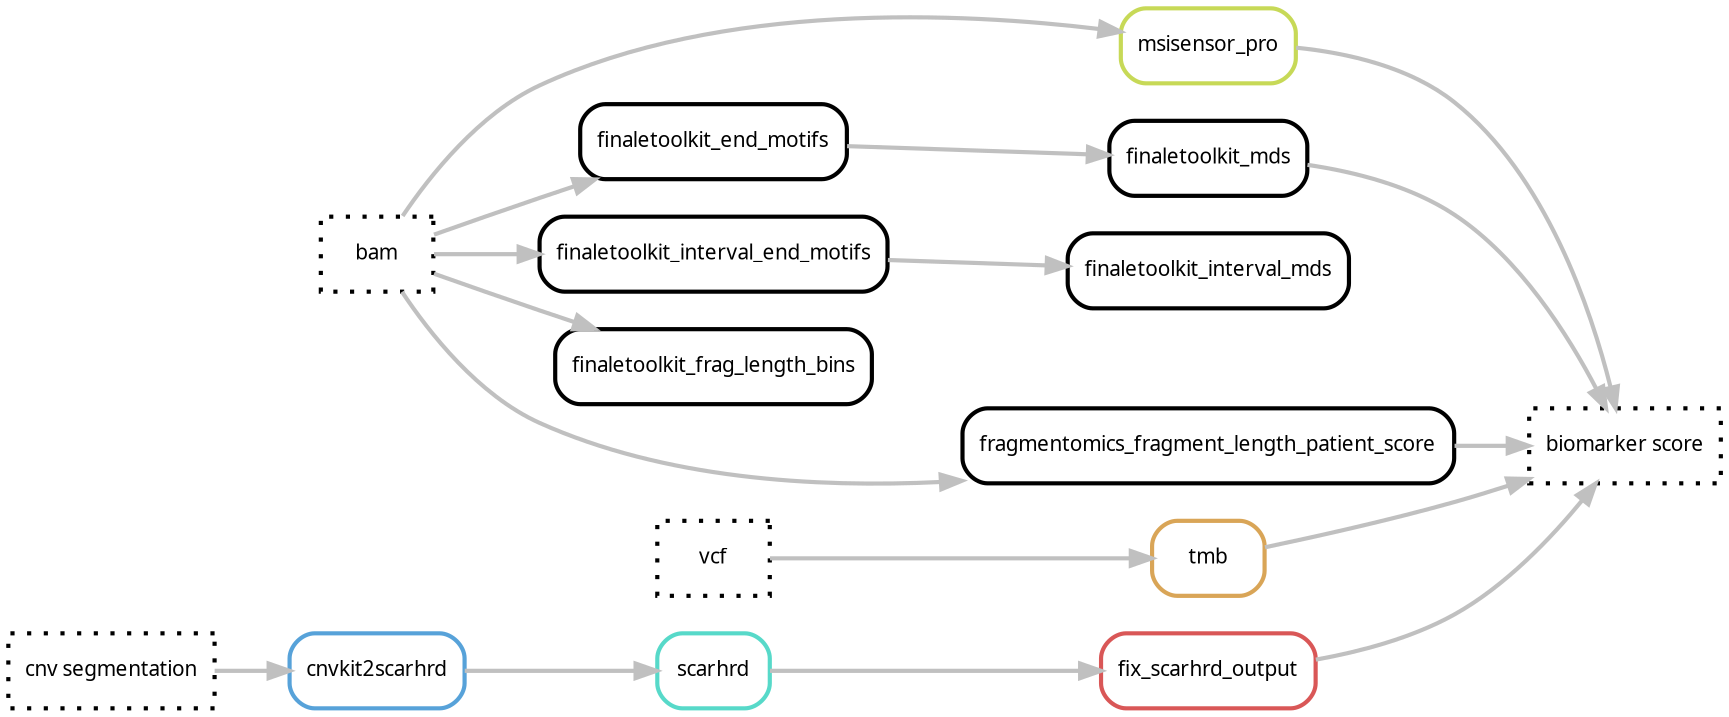
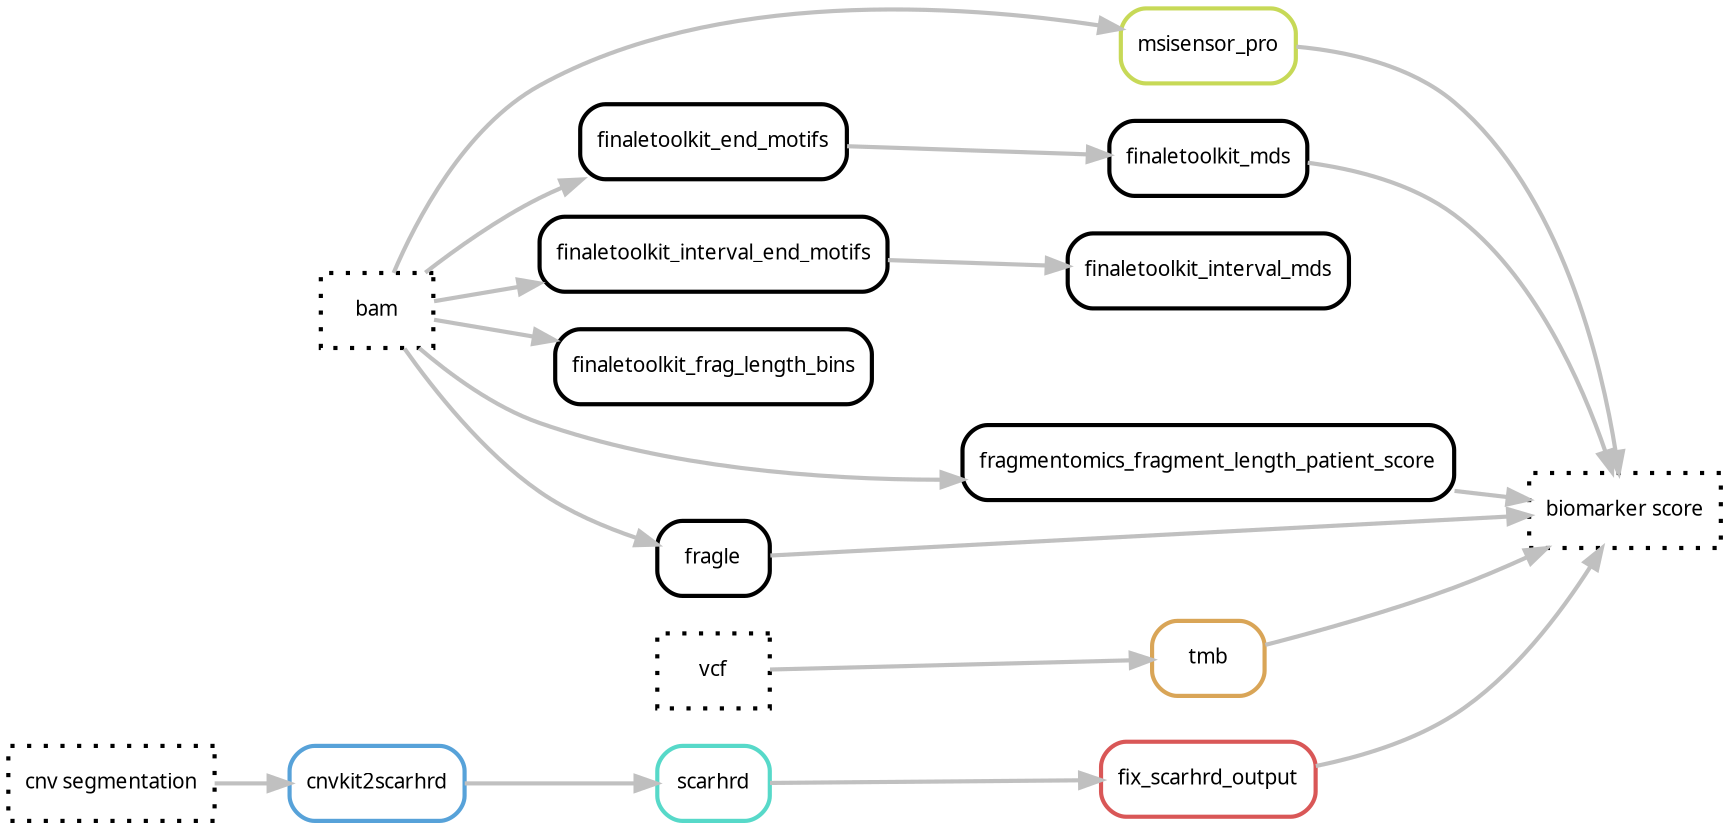
digraph snakemake_dag {
	rankdir="LR"
    graph[bgcolor=white, margin=0];
    node[shape=box, style=rounded, fontname=sans,                 fontsize=10, penwidth=2];
    edge[penwidth=2, color=grey];
	0[label = "biomarker score", color = "0.0 0.0 0.0", style="dotted"];
	1[label = "msisensor_pro", color = "0.19 0.6 0.85", style="rounded"];
	2[label = "tmb", color = "0.10 0.6 0.85", style="rounded"];
	3[label = "fix_scarhrd_output", color = "0.00 0.6 0.85", style="rounded"];
	4[label = "scarhrd", color = "0.48 0.6 0.85", style="rounded"];
	5[label = "cnvkit2scarhrd", color = "0.57 0.6 0.85", style="rounded"];
	6[label = "vcf", color = "0.0 0.0 0.0", style="dotted"];
	7[label = "bam", color = "0.0 0.0 0.0", style="dotted"];
	8[label = "cnv segmentation", color = "0.0 0.0 0.0", style="dotted"];
	9[label = "finaletoolkit_end_motifs", color = "0.0 0.0 0.0", style="rounded"];
	10[label = "finaletoolkit_interval_end_motifs", color = "0.0 0.0 0.0", style="rounded"];
	11[label = "finaletoolkit_mds", color = "0.0 0.0 0.0", style="rounded"];
	12[label = "finaletoolkit_interval_mds", color = "0.0 0.0 0.0", style="rounded"];
	13[label = "finaletoolkit_frag_length_bins", color = "0.0 0.0 0.0", style="rounded"];
	14[label = "fragmentomics_fragment_length_patient_score", color = "0.0 0.0 0.0", style="rounded"];
+ 	15[label = "fragle", color = "0.0 0.0 0.0", style="rounded"];
	2 -> 0
	1 -> 0
	3 -> 0
	4 -> 3
	5 -> 4
	6 -> 2
	7 -> 1
	8 -> 5
	7 -> 9
	7 -> 10
	9 -> 11
	10 -> 12
	7 -> 13
	7 -> 14
	11 -> 0
	14 -> 0
+ 	7 -> 15
+ 	15 -> 0
}
